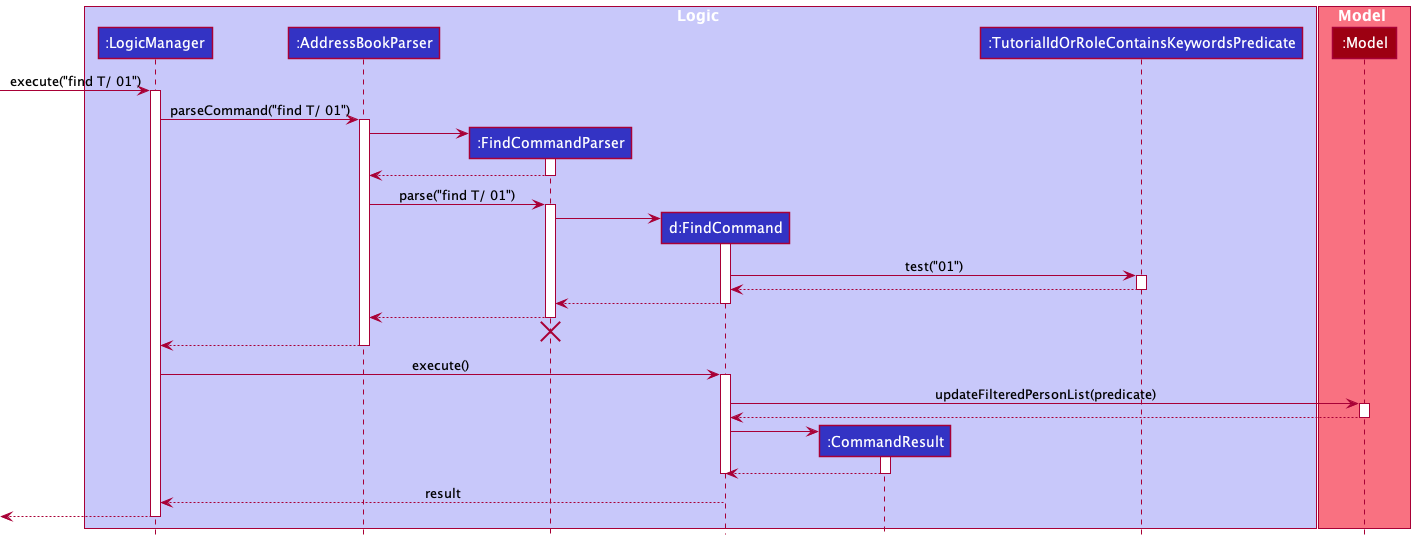
This is docs/images/FindTutorialIdSequenceDiagram.png from nus-cs2103-AY2122S1/tp, a PlantUML export, as it was before one commit. Source of this version:
```plantuml
@startuml
!include style.puml
box Logic LOGIC_COLOR_T1
participant ":LogicManager" as LogicManager LOGIC_COLOR
participant ":AddressBookParser" as AddressBookParser LOGIC_COLOR
participant ":FindCommandParser" as FindCommandParser LOGIC_COLOR
participant "d:FindCommand" as FindCommand LOGIC_COLOR
participant ":CommandResult" as CommandResult LOGIC_COLOR
participant ":TutorialIdOrRoleContainsKeywordsPredicate" as TutorialIdOrRoleContainsKeywordsPredicate LOGIC_COLOR
end box
box Model MODEL_COLOR_T1
participant ":Model" as Model MODEL_COLOR
end box
[-> LogicManager : execute("find T/ 01")
activate LogicManager

LogicManager -> AddressBookParser : parseCommand("find T/ 01")
activate AddressBookParser

create FindCommandParser
AddressBookParser -> FindCommandParser
activate FindCommandParser

FindCommandParser --> AddressBookParser
deactivate FindCommandParser

AddressBookParser -> FindCommandParser : parse("find T/ 01")
activate FindCommandParser

create FindCommand
FindCommandParser -> FindCommand
activate FindCommand

FindCommand -> TutorialIdOrRoleContainsKeywordsPredicate: test("01")
activate TutorialIdOrRoleContainsKeywordsPredicate

TutorialIdOrRoleContainsKeywordsPredicate --> FindCommand
deactivate TutorialIdOrRoleContainsKeywordsPredicate

FindCommand --> FindCommandParser
deactivate FindCommand

FindCommandParser --> AddressBookParser
deactivate FindCommandParser

FindCommandParser -[hidden]-> AddressBookParser
destroy FindCommandParser

AddressBookParser --> LogicManager
deactivate AddressBookParser

LogicManager -> FindCommand : execute()
activate FindCommand

FindCommand -> Model : updateFilteredPersonList(predicate)
activate Model

Model --> FindCommand
deactivate Model

create CommandResult
FindCommand -> CommandResult
activate CommandResult

CommandResult --> FindCommand
deactivate CommandResult

deactivate FindCommand

FindCommand --> LogicManager : result
deactivate FindCommand

[<--LogicManager
deactivate LogicManager
@enduml
```
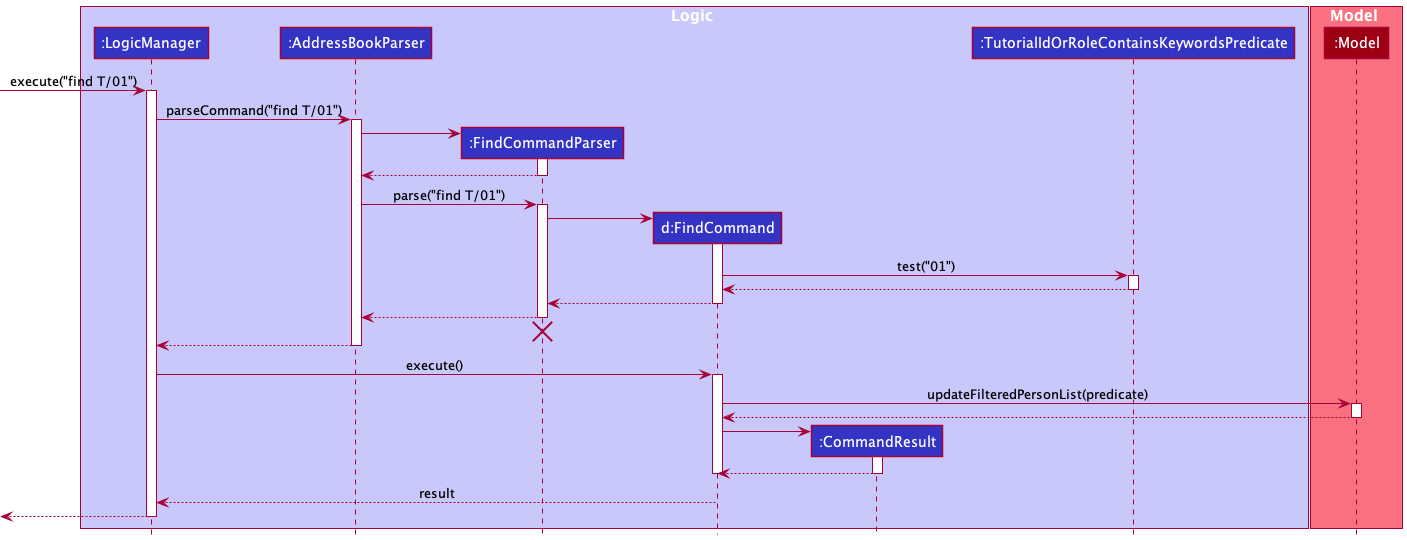
Above is the later version.

Commit message:
Edit UG and UML diagrams to reflect Find Command changes

Diff of the diagram source:
```diff
@@ -11,10 +11,10 @@
 box Model MODEL_COLOR_T1
 participant ":Model" as Model MODEL_COLOR
 end box
-[-> LogicManager : execute("find T/ 01")
+[-> LogicManager : execute("find T/01")
 activate LogicManager
 
-LogicManager -> AddressBookParser : parseCommand("find T/ 01")
+LogicManager -> AddressBookParser : parseCommand("find T/01")
 activate AddressBookParser
 
 create FindCommandParser
@@ -24,7 +24,7 @@
 FindCommandParser --> AddressBookParser
 deactivate FindCommandParser
 
-AddressBookParser -> FindCommandParser : parse("find T/ 01")
+AddressBookParser -> FindCommandParser : parse("find T/01")
 activate FindCommandParser
 
 create FindCommand
```
